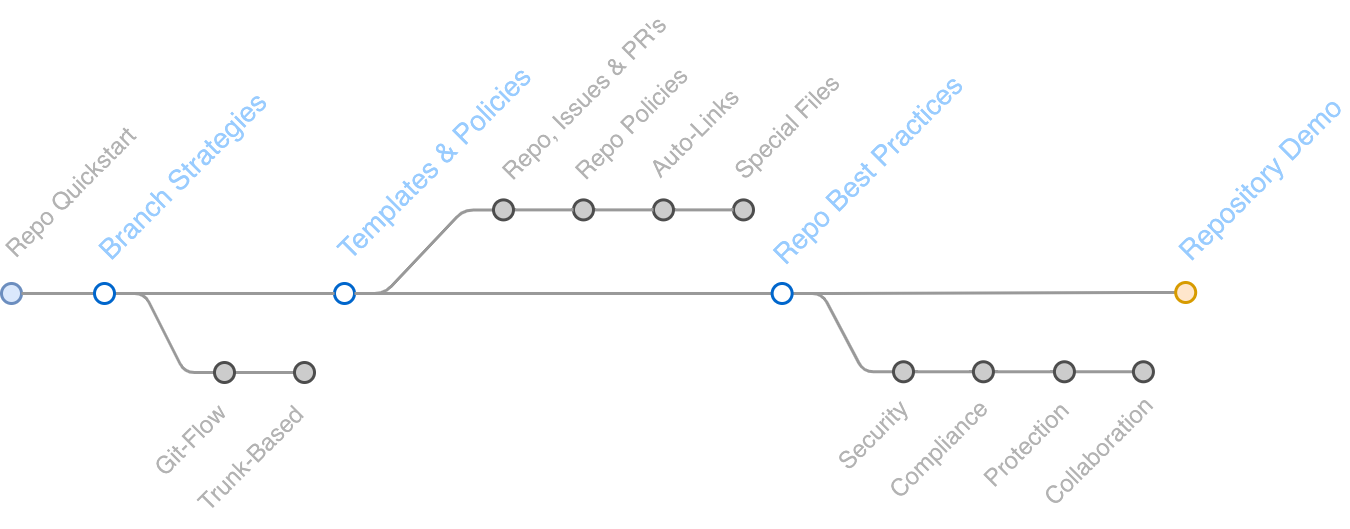
This is docs/images/index.png from jefeish/github-best-practices-demo, a draw.io export, as it was before one commit. Source tidied: cells renumbered, new cells last; positions are measured from the earlier drawing's top-left corner, leaving out a move shared by most shapes.
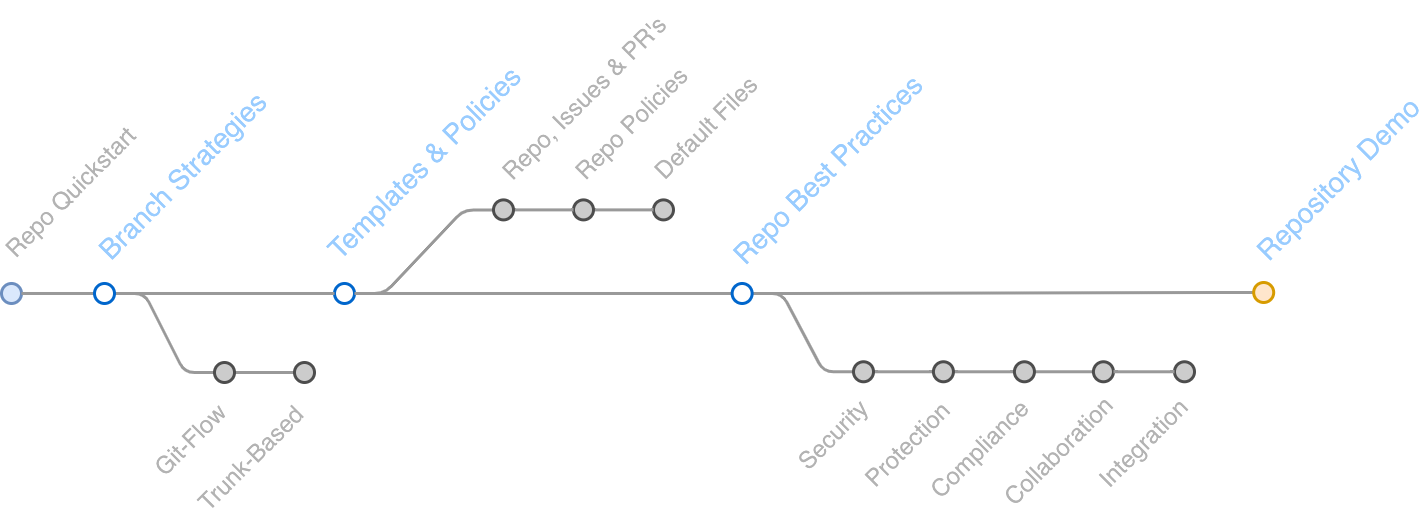
After the commit.

What changed in the source:
```diff
@@ -24,21 +24,15 @@
       <mxGeometry relative="1" as="geometry" />
     </mxCell>
     <mxCell id="9" value="Templates &amp;amp; Policies" style="text;html=1;strokeColor=none;fillColor=none;align=left;verticalAlign=middle;whiteSpace=wrap;rounded=0;shadow=0;rotation=315;fontColor=#99CCFF;fontStyle=0;fontSize=28;" parent="1" vertex="1">
-      <mxGeometry x="313.8" y="50.5" width="319.4" height="20" as="geometry" />
+      <mxGeometry x="303.8" y="50.5" width="319.4" height="20" as="geometry" />
     </mxCell>
     <mxCell id="10" value="Security" style="text;html=1;strokeColor=none;fillColor=none;align=right;verticalAlign=middle;whiteSpace=wrap;rounded=0;shadow=0;rotation=315;fontColor=#B3B3B3;fontSize=24;" parent="1" vertex="1">
-      <mxGeometry x="822" y="353.3" width="120" height="20" as="geometry" />
+      <mxGeometry x="782" y="353.3" width="120" height="20" as="geometry" />
     </mxCell>
     <mxCell id="11" style="ellipse;whiteSpace=wrap;html=1;strokeWidth=3;fillColor=#CCCCCC;strokeColor=#4D4D4D;" parent="1" vertex="1">
-      <mxGeometry x="752" y="117.4" width="20" height="20" as="geometry" />
+      <mxGeometry x="672" y="117.4" width="20" height="20" as="geometry" />
     </mxCell>
-    <mxCell id="12" style="edgeStyle=entityRelationEdgeStyle;rounded=1;jettySize=auto;html=1;endArrow=none;endFill=0;strokeWidth=3;fontColor=#B3B3B3;strokeColor=#999999;" parent="1" edge="1" source="13" target="11">
-      <mxGeometry relative="1" as="geometry" />
-    </mxCell>
-    <mxCell id="13" style="ellipse;whiteSpace=wrap;html=1;strokeWidth=3;fillColor=#CCCCCC;strokeColor=#4D4D4D;" parent="1" vertex="1">
-      <mxGeometry x="672" y="117.4" width="20" height="20" as="geometry" />
-    </mxCell>
-    <mxCell id="14" style="edgeStyle=entityRelationEdgeStyle;rounded=1;jettySize=auto;html=1;endArrow=none;endFill=0;strokeWidth=3;fontColor=#B3B3B3;strokeColor=#999999;" parent="1" edge="1" source="15" target="13">
+    <mxCell id="14" style="edgeStyle=entityRelationEdgeStyle;rounded=1;jettySize=auto;html=1;endArrow=none;endFill=0;strokeWidth=3;fontColor=#B3B3B3;strokeColor=#999999;" parent="1" edge="1" source="15" target="11">
       <mxGeometry relative="1" as="geometry" />
     </mxCell>
     <mxCell id="15" style="ellipse;whiteSpace=wrap;html=1;strokeWidth=3;fillColor=#CCCCCC;strokeColor=#4D4D4D;" parent="1" vertex="1">
@@ -50,8 +44,8 @@
     <mxCell id="17" style="ellipse;whiteSpace=wrap;html=1;strokeWidth=3;fillColor=#CCCCCC;strokeColor=#4D4D4D;" parent="1" vertex="1">
       <mxGeometry x="512" y="117.4" width="20" height="20" as="geometry" />
     </mxCell>
-    <mxCell id="18" value="Special Files" style="text;html=1;strokeColor=none;fillColor=none;align=left;verticalAlign=middle;whiteSpace=wrap;rounded=0;shadow=0;rotation=315;fontColor=#B3B3B3;fontSize=24;" parent="1" vertex="1">
-      <mxGeometry x="733" y="27.4" width="160.9" height="20" as="geometry" />
+    <mxCell id="18" value="Default Files" style="text;html=1;strokeColor=none;fillColor=none;align=left;verticalAlign=middle;whiteSpace=wrap;rounded=0;shadow=0;rotation=315;fontColor=#B3B3B3;fontSize=24;" parent="1" vertex="1">
+      <mxGeometry x="653" y="27.4" width="160.9" height="20" as="geometry" />
     </mxCell>
     <mxCell id="19" value="Repo, Issues &amp;amp; PR's" style="text;html=1;strokeColor=none;fillColor=none;align=left;verticalAlign=middle;whiteSpace=wrap;rounded=0;shadow=0;rotation=315;fontColor=#B3B3B3;fontSize=24;" parent="1" vertex="1">
       <mxGeometry x="488.8" y="0.1" width="241.2" height="20" as="geometry" />
@@ -59,47 +53,44 @@
     <mxCell id="20" value="Repo Policies" style="text;html=1;strokeColor=none;fillColor=none;align=left;verticalAlign=middle;whiteSpace=wrap;rounded=0;shadow=0;rotation=315;fontColor=#B3B3B3;fontSize=24;" parent="1" vertex="1">
       <mxGeometry x="568.7" y="14.2" width="200" height="20" as="geometry" />
     </mxCell>
-    <mxCell id="21" value="Auto-Links" style="text;html=1;strokeColor=none;fillColor=none;align=left;verticalAlign=middle;whiteSpace=wrap;rounded=0;shadow=0;rotation=315;fontColor=#B3B3B3;fontSize=24;" parent="1" vertex="1">
-      <mxGeometry x="647.2" y="21.9" width="172.6" height="20" as="geometry" />
-    </mxCell>
     <mxCell id="22" style="edgeStyle=entityRelationEdgeStyle;rounded=1;jettySize=auto;html=1;entryX=0;entryY=0.5;entryDx=0;entryDy=0;endArrow=none;endFill=0;strokeWidth=3;fontColor=#B3B3B3;strokeColor=#999999;" parent="1" edge="1" source="23" target="26">
       <mxGeometry relative="1" as="geometry" />
     </mxCell>
     <mxCell id="23" style="ellipse;whiteSpace=wrap;html=1;strokeWidth=3;fillColor=#CCCCCC;strokeColor=#4D4D4D;" parent="1" vertex="1">
-      <mxGeometry x="912" y="279.3" width="20" height="20" as="geometry" />
+      <mxGeometry x="872" y="279.3" width="20" height="20" as="geometry" />
     </mxCell>
     <mxCell id="24" value="Compliance" style="text;html=1;strokeColor=none;fillColor=none;align=right;verticalAlign=middle;whiteSpace=wrap;rounded=0;shadow=0;rotation=315;fontColor=#B3B3B3;fontSize=24;" parent="1" vertex="1">
-      <mxGeometry x="901.9" y="353.3" width="120" height="20" as="geometry" />
+      <mxGeometry x="908.9" y="367.4" width="160" height="20" as="geometry" />
     </mxCell>
     <mxCell id="25" style="edgeStyle=entityRelationEdgeStyle;rounded=1;jettySize=auto;html=1;entryX=0;entryY=0.5;entryDx=0;entryDy=0;endArrow=none;endFill=0;strokeWidth=3;fontColor=#B3B3B3;strokeColor=#999999;" parent="1" edge="1" source="26" target="29">
       <mxGeometry relative="1" as="geometry" />
     </mxCell>
     <mxCell id="26" style="ellipse;whiteSpace=wrap;html=1;strokeWidth=3;fillColor=#CCCCCC;strokeColor=#4D4D4D;" parent="1" vertex="1">
-      <mxGeometry x="991.9" y="279.3" width="20" height="20" as="geometry" />
+      <mxGeometry x="951.9" y="279.3" width="20" height="20" as="geometry" />
     </mxCell>
     <mxCell id="27" value="Collaboration" style="text;html=1;strokeColor=none;fillColor=none;align=right;verticalAlign=middle;whiteSpace=wrap;rounded=0;shadow=0;rotation=315;fontColor=#B3B3B3;fontSize=24;" parent="1" vertex="1">
-      <mxGeometry x="1024.3" y="367.8" width="169.9" height="20" as="geometry" />
+      <mxGeometry x="984.3" y="367.8" width="169.9" height="20" as="geometry" />
     </mxCell>
     <mxCell id="28" style="edgeStyle=entityRelationEdgeStyle;rounded=1;jettySize=auto;html=1;endArrow=none;endFill=0;strokeWidth=3;fontColor=#B3B3B3;strokeColor=#999999;" parent="1" edge="1" source="29" target="31">
       <mxGeometry relative="1" as="geometry" />
     </mxCell>
     <mxCell id="29" style="ellipse;whiteSpace=wrap;html=1;strokeWidth=3;fillColor=#CCCCCC;strokeColor=#4D4D4D;" parent="1" vertex="1">
-      <mxGeometry x="1072.9" y="279.3" width="20" height="20" as="geometry" />
+      <mxGeometry x="1032.9" y="279.3" width="20" height="20" as="geometry" />
     </mxCell>
     <mxCell id="30" value="Protection" style="text;html=1;strokeColor=none;fillColor=none;align=right;verticalAlign=middle;whiteSpace=wrap;rounded=0;shadow=0;rotation=315;fontColor=#B3B3B3;fontSize=24;" parent="1" vertex="1">
-      <mxGeometry x="983" y="355.3" width="120" height="20" as="geometry" />
+      <mxGeometry x="864.3" y="355.3" width="120" height="20" as="geometry" />
     </mxCell>
     <mxCell id="31" style="ellipse;whiteSpace=wrap;html=1;strokeWidth=3;fillColor=#CCCCCC;strokeColor=#4D4D4D;" parent="1" vertex="1">
-      <mxGeometry x="1151.9" y="279.3" width="20" height="20" as="geometry" />
+      <mxGeometry x="1111.9" y="279.3" width="20" height="20" as="geometry" />
     </mxCell>
     <mxCell id="32" value="Repo Best Practices" style="text;html=1;strokeColor=none;fillColor=none;align=left;verticalAlign=middle;whiteSpace=wrap;rounded=0;shadow=0;rotation=315;fontColor=#99CCFF;fontStyle=0;fontSize=28;" parent="1" vertex="1">
-      <mxGeometry x="753.2" y="65.8" width="290" height="20" as="geometry" />
+      <mxGeometry x="713.2" y="65.8" width="290" height="20" as="geometry" />
     </mxCell>
     <mxCell id="33" style="ellipse;whiteSpace=wrap;html=1;strokeWidth=3;strokeColor=#d79b00;fillColor=#ffe6cc;" parent="1" vertex="1">
-      <mxGeometry x="1194.2" y="200" width="20" height="20" as="geometry" />
+      <mxGeometry x="1272.2" y="200" width="20" height="20" as="geometry" />
     </mxCell>
     <mxCell id="34" value="Repository Demo" style="text;html=1;strokeColor=none;fillColor=none;align=left;verticalAlign=middle;whiteSpace=wrap;rounded=0;shadow=0;rotation=315;fontColor=#99CCFF;fontStyle=0;fontSize=28;" parent="1" vertex="1">
-      <mxGeometry x="1169.7" y="87.4" width="219" height="20" as="geometry" />
+      <mxGeometry x="1247.7" y="87.4" width="219" height="20" as="geometry" />
     </mxCell>
     <mxCell id="35" style="edgeStyle=entityRelationEdgeStyle;html=1;endArrow=none;endFill=0;strokeWidth=3;strokeColor=#999999;" parent="1" edge="1" source="45" target="38">
       <mxGeometry relative="1" as="geometry" />
@@ -126,7 +117,7 @@
       <mxGeometry relative="1" as="geometry" />
     </mxCell>
     <mxCell id="43" style="ellipse;whiteSpace=wrap;html=1;strokeWidth=3;strokeColor=#0066CC;" parent="1" vertex="1">
-      <mxGeometry x="790.6" y="201" width="20" height="20" as="geometry" />
+      <mxGeometry x="750.6" y="201" width="20" height="20" as="geometry" />
     </mxCell>
     <mxCell id="44" style="endArrow=none;html=1;strokeWidth=3;entryX=1;entryY=0.5;entryDx=0;entryDy=0;exitX=0;exitY=0.5;exitDx=0;exitDy=0;strokeColor=#999999;" parent="1" edge="1" source="6" target="45">
       <mxGeometry relative="1" as="geometry" />
@@ -134,5 +125,14 @@
     <mxCell id="45" style="ellipse;whiteSpace=wrap;html=1;strokeWidth=3;strokeColor=#0066CC;" parent="1" vertex="1">
       <mxGeometry x="113" y="201" width="20" height="20" as="geometry" />
     </mxCell>
+    <mxCell id="46" style="ellipse;whiteSpace=wrap;html=1;strokeWidth=3;fillColor=#CCCCCC;strokeColor=#4D4D4D;" parent="1" vertex="1">
+      <mxGeometry x="1193" y="279.3" width="20" height="20" as="geometry" />
+    </mxCell>
+    <mxCell id="47" value="Integration" style="text;html=1;strokeColor=none;fillColor=none;align=right;verticalAlign=middle;whiteSpace=wrap;rounded=0;shadow=0;rotation=315;fontColor=#B3B3B3;fontSize=24;" parent="1" vertex="1">
+      <mxGeometry x="1083.4" y="360" width="141.5" height="20" as="geometry" />
+    </mxCell>
+    <mxCell id="48" style="edgeStyle=entityRelationEdgeStyle;rounded=1;jettySize=auto;html=1;endArrow=none;endFill=0;strokeWidth=3;fontColor=#B3B3B3;strokeColor=#999999;" parent="1" edge="1" source="31" target="46">
+      <mxGeometry relative="1" as="geometry" />
+    </mxCell>
   </root>
 </mxGraphModel>
```
